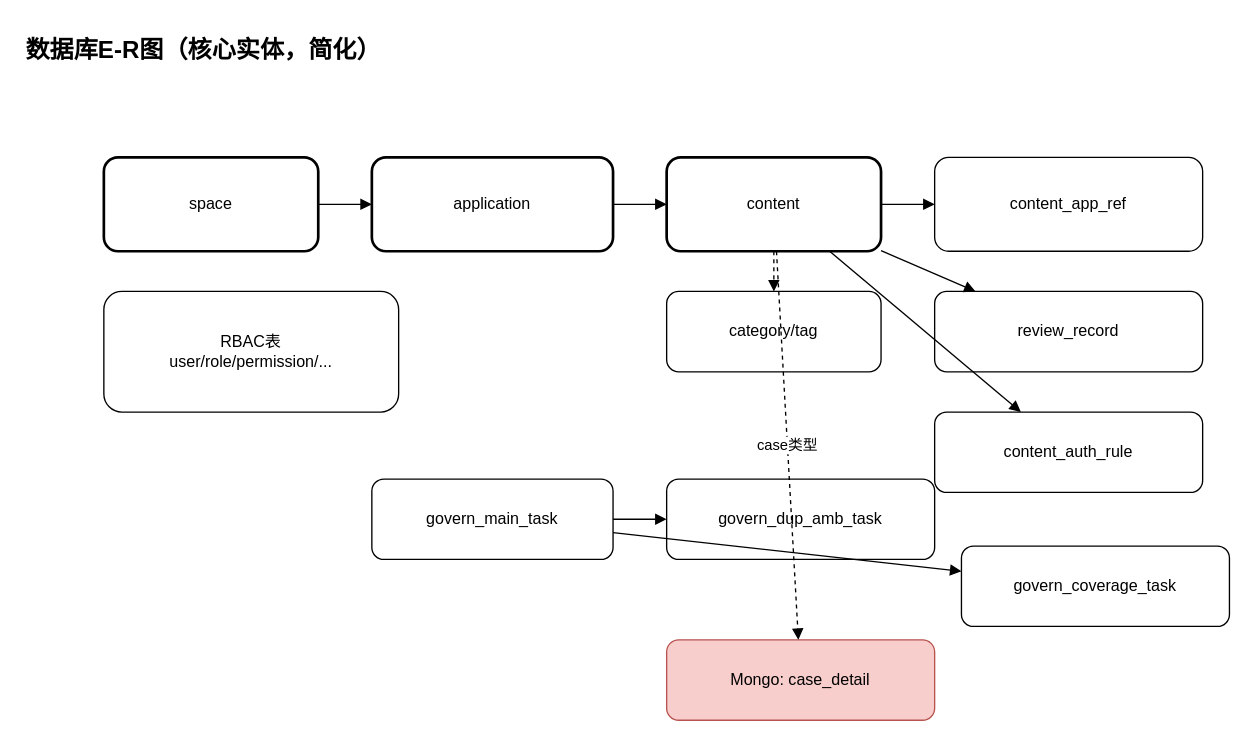
Above: page "ER-DB-Core" (1 of 8) of figure/ch3-uml-er.drawio in jqq04/nju-thesis-2026 (draw.io), before the change. Source tidied: cells renumbered, new cells numbered last; positions are measured from the earlier drawing's top-left corner, leaving out a move shared by most shapes. Both pictures are drawn from the tidied source at 134%, with x=0, y=0 at pixel (23, 23).
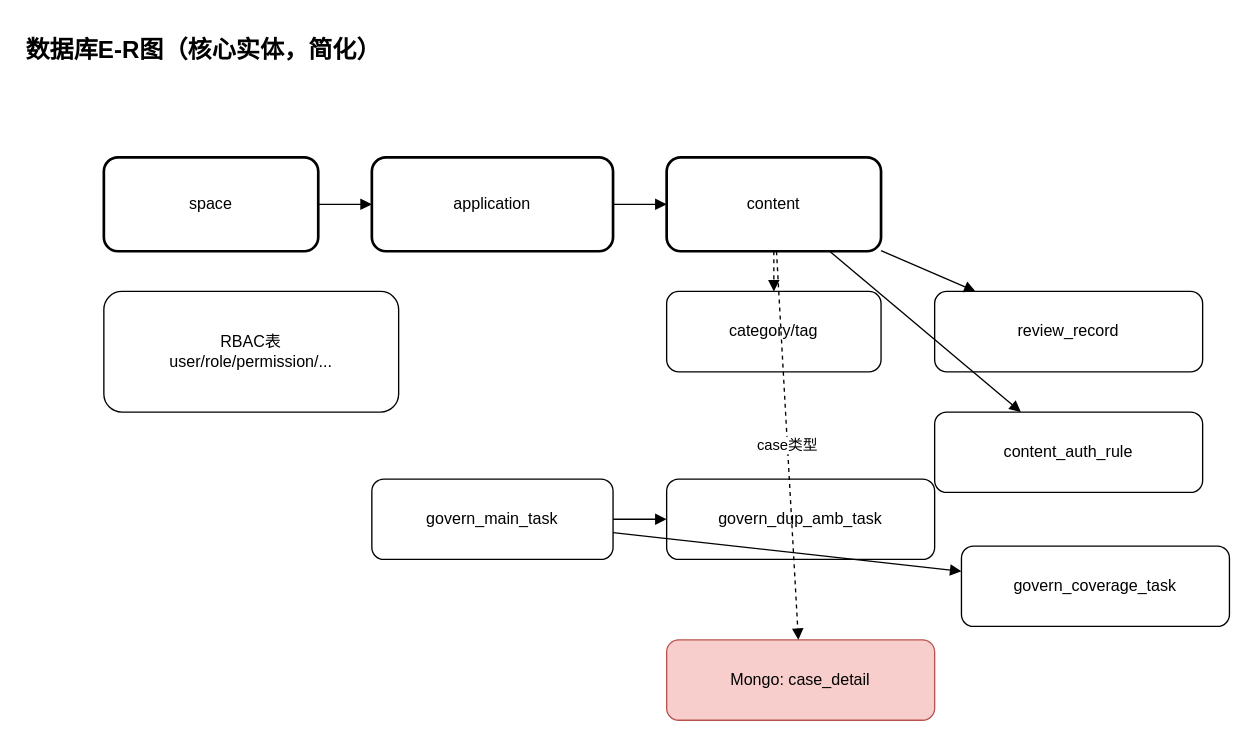
After the change.

Unchanged cells that the change refers to:
```xml
<mxCell id="5" value="content" style="rounded=1;whiteSpace=wrap;html=1;strokeWidth=2;" parent="1" vertex="1">
  <mxGeometry x="480" y="100" width="160" height="70" as="geometry" />
</mxCell>
```

What changed in the source:
```diff
@@
-    <mxCell id="6" value="content_app_ref" style="rounded=1;whiteSpace=wrap;html=1;" parent="1" vertex="1">
-      <mxGeometry x="680" y="100" width="200" height="70" as="geometry" />
-    </mxCell>
@@
-    <mxCell id="17" style="endArrow=block;html=1;" parent="1" edge="1" source="5" target="6">
-      <mxGeometry relative="1" as="geometry" />
-    </mxCell>
```
